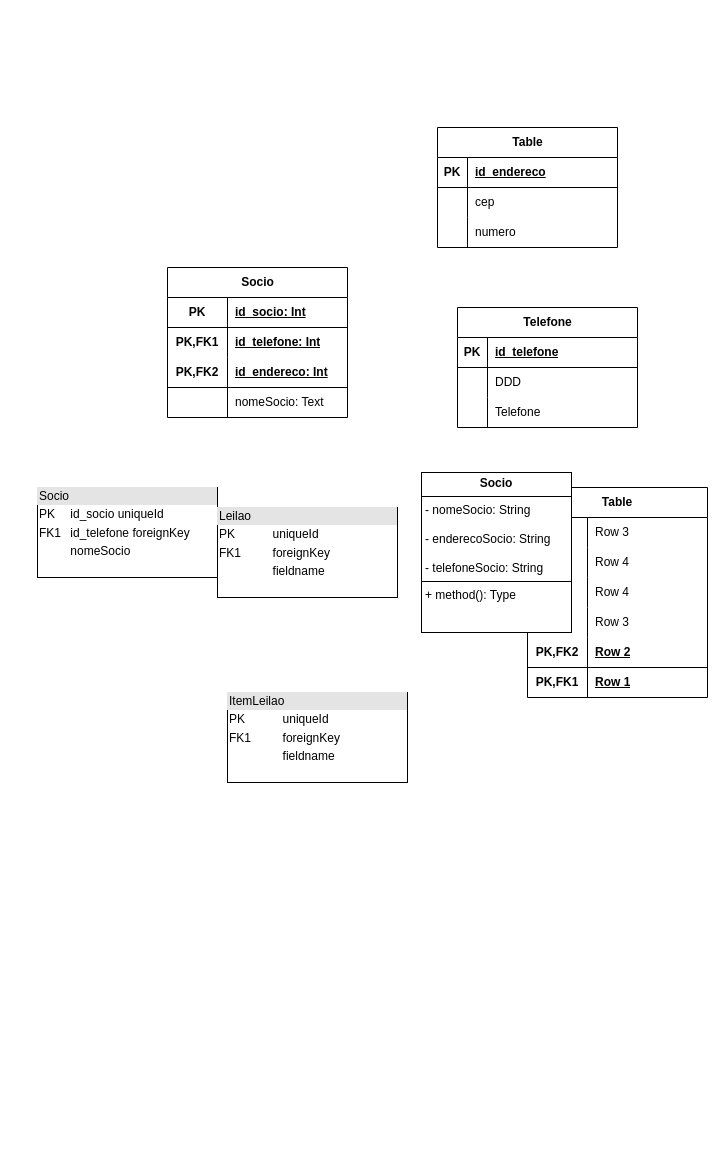
Above: mapeamento_OR.drawio in GabrielSilvaRodrigues/Mapeamento_OR (draw.io), before the change. Source tidied: cells renumbered, new cells numbered last; positions are measured from the earlier drawing's top-left corner, leaving out a move shared by most shapes. Both pictures are drawn from the tidied source at 100%, with x=0, y=0 at pixel (37, 127).
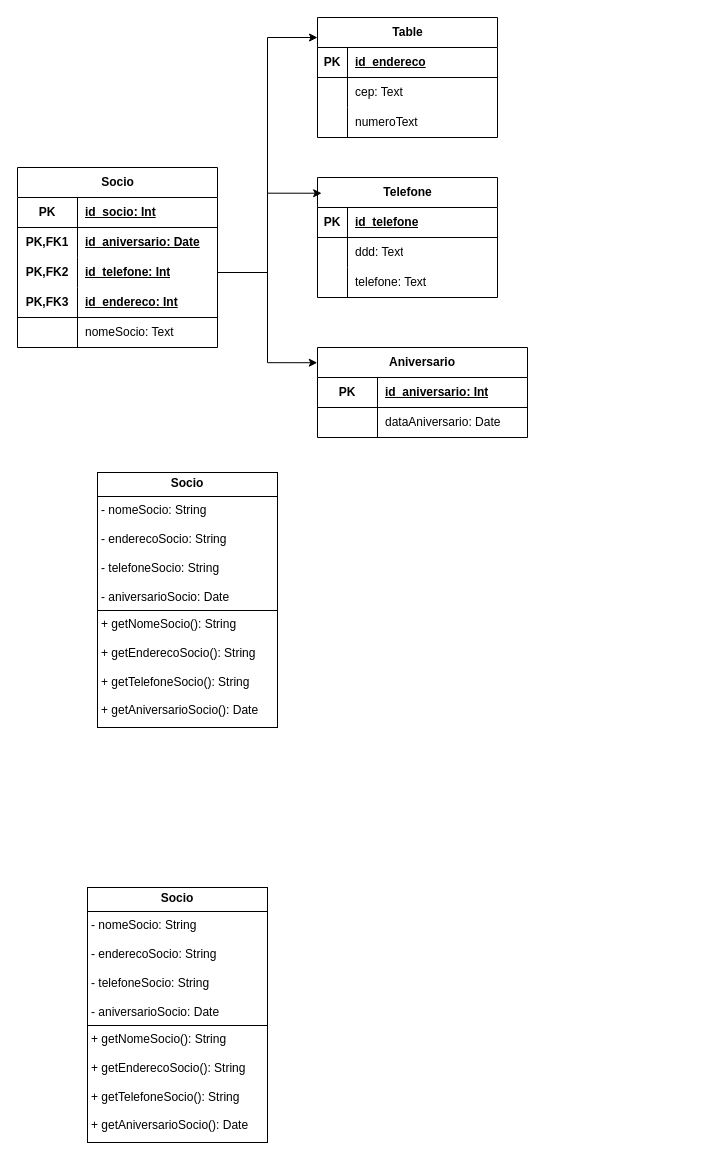
The same diagram, later.

Unchanged cells that the change refers to:
```xml
<mxCell id="42" style="shape=tableRow;horizontal=0;startSize=0;swimlaneHead=0;swimlaneBody=0;fillColor=none;top=0;left=0;right=0;bottom=0;" parent="38" vertex="1">
  <mxGeometry y="60" width="180" height="30" as="geometry" />
</mxCell>
<mxCell id="45" style="shape=tableRow;horizontal=0;startSize=0;swimlaneHead=0;swimlaneBody=0;fillColor=none;top=0;left=0;right=0;bottom=0;" parent="38" vertex="1">
  <mxGeometry y="90" width="180" height="30" as="geometry" />
</mxCell>
<mxCell id="52" style="shape=tableRow;horizontal=0;startSize=0;swimlaneHead=0;swimlaneBody=0;fillColor=none;top=0;left=0;right=0;bottom=0;" parent="48" vertex="1">
  <mxGeometry y="60" width="180" height="30" as="geometry" />
</mxCell>
<mxCell id="55" style="shape=tableRow;horizontal=0;startSize=0;swimlaneHead=0;swimlaneBody=0;fillColor=none;top=0;left=0;right=0;bottom=0;" parent="48" vertex="1">
  <mxGeometry y="90" width="180" height="30" as="geometry" />
</mxCell>
```

Change to the diagram source:
```diff
@@
-    <mxCell id="2" value="&lt;div style=&quot;box-sizing: border-box; width: 100%; background: rgb(228, 228, 228); padding: 2px;&quot;&gt;Socio&lt;/div&gt;&lt;table style=&quot;width:100%;font-size:1em;&quot; cellpadding=&quot;2&quot; cellspacing=&quot;0&quot;&gt;&lt;tbody&gt;&lt;tr&gt;&lt;td&gt;PK&lt;/td&gt;&lt;td&gt;id_socio uniqueId&lt;/td&gt;&lt;/tr&gt;&lt;tr&gt;&lt;td&gt;FK1&lt;/td&gt;&lt;td&gt;id_telefone foreignKey&lt;/td&gt;&lt;/tr&gt;&lt;tr&gt;&lt;td&gt;&lt;/td&gt;&lt;td&gt;nomeSocio&lt;br&gt;&lt;/td&gt;&lt;/tr&gt;&lt;/tbody&gt;&lt;/table&gt;" style="verticalAlign=top;align=left;overflow=fill;html=1;whiteSpace=wrap;" parent="1" vertex="1">
-      <mxGeometry y="360" width="180" height="90" as="geometry" />
-    </mxCell>
-    <mxCell id="3" value="&lt;div style=&quot;box-sizing: border-box; width: 100%; background: rgb(228, 228, 228); padding: 2px;&quot;&gt;Leilao&lt;/div&gt;&lt;table style=&quot;width:100%;font-size:1em;&quot; cellpadding=&quot;2&quot; cellspacing=&quot;0&quot;&gt;&lt;tbody&gt;&lt;tr&gt;&lt;td&gt;PK&lt;/td&gt;&lt;td&gt;uniqueId&lt;/td&gt;&lt;/tr&gt;&lt;tr&gt;&lt;td&gt;FK1&lt;/td&gt;&lt;td&gt;foreignKey&lt;/td&gt;&lt;/tr&gt;&lt;tr&gt;&lt;td&gt;&lt;/td&gt;&lt;td&gt;fieldname&lt;/td&gt;&lt;/tr&gt;&lt;/tbody&gt;&lt;/table&gt;" style="verticalAlign=top;align=left;overflow=fill;html=1;whiteSpace=wrap;" parent="1" vertex="1">
-      <mxGeometry x="180" y="380" width="180" height="90" as="geometry" />
-    </mxCell>
-    <mxCell id="4" value="&lt;div style=&quot;box-sizing: border-box; width: 100%; background: rgb(228, 228, 228); padding: 2px;&quot;&gt;ItemLeilao&lt;/div&gt;&lt;table style=&quot;width:100%;font-size:1em;&quot; cellpadding=&quot;2&quot; cellspacing=&quot;0&quot;&gt;&lt;tbody&gt;&lt;tr&gt;&lt;td&gt;PK&lt;/td&gt;&lt;td&gt;uniqueId&lt;/td&gt;&lt;/tr&gt;&lt;tr&gt;&lt;td&gt;FK1&lt;/td&gt;&lt;td&gt;foreignKey&lt;/td&gt;&lt;/tr&gt;&lt;tr&gt;&lt;td&gt;&lt;/td&gt;&lt;td&gt;fieldname&lt;/td&gt;&lt;/tr&gt;&lt;/tbody&gt;&lt;/table&gt;" style="verticalAlign=top;align=left;overflow=fill;html=1;whiteSpace=wrap;" parent="1" vertex="1">
-      <mxGeometry x="190" y="565" width="180" height="90" as="geometry" />
-    </mxCell>
-    <mxCell id="5" value="Table" style="shape=table;startSize=30;childLayout=tableLayout;rowLines=0;fontStyle=1;align=center;html=1;whiteSpace=wrap;" parent="1" vertex="1">
-      <mxGeometry x="490" y="360" width="180" height="210" as="geometry" />
-    </mxCell>
-    <mxCell id="6" style="shape=tableRow;horizontal=0;startSize=0;swimlaneHead=0;swimlaneBody=0;fillColor=none;top=0;left=0;right=0;bottom=0;html=1;" parent="5" vertex="1">
-      <mxGeometry y="30" width="180" height="30" as="geometry" />
-    </mxCell>
-    <mxCell id="7" style="shape=partialRectangle;fillColor=none;top=0;left=0;bottom=0;right=0;overflow=hidden;html=1;whiteSpace=wrap;" parent="6" vertex="1">
-      <mxGeometry width="60" height="30" as="geometry" />
-    </mxCell>
-    <mxCell id="8" value="Row 3" style="shape=partialRectangle;fillColor=none;top=0;left=0;bottom=0;right=0;align=left;spacingLeft=6;overflow=hidden;html=1;whiteSpace=wrap;" parent="6" vertex="1">
-      <mxGeometry x="60" width="120" height="30" as="geometry" />
-    </mxCell>
-    <mxCell id="9" style="shape=tableRow;horizontal=0;startSize=0;swimlaneHead=0;swimlaneBody=0;fillColor=none;top=0;left=0;right=0;bottom=0;html=1;" parent="5" vertex="1">
-      <mxGeometry y="60" width="180" height="30" as="geometry" />
-    </mxCell>
-    <mxCell id="10" style="shape=partialRectangle;fillColor=none;top=0;left=0;bottom=0;right=0;overflow=hidden;html=1;whiteSpace=wrap;" parent="9" vertex="1">
-      <mxGeometry width="60" height="30" as="geometry" />
-    </mxCell>
-    <mxCell id="11" value="Row 4" style="shape=partialRectangle;fillColor=none;top=0;left=0;bottom=0;right=0;align=left;spacingLeft=6;overflow=hidden;html=1;whiteSpace=wrap;" parent="9" vertex="1">
-      <mxGeometry x="60" width="120" height="30" as="geometry" />
-    </mxCell>
-    <mxCell id="12" style="shape=tableRow;horizontal=0;startSize=0;swimlaneHead=0;swimlaneBody=0;fillColor=none;top=0;left=0;right=0;bottom=0;html=1;" parent="5" vertex="1">
-      <mxGeometry y="90" width="180" height="30" as="geometry" />
-    </mxCell>
-    <mxCell id="13" style="shape=partialRectangle;fillColor=none;top=0;left=0;bottom=0;right=0;overflow=hidden;html=1;whiteSpace=wrap;" parent="12" vertex="1">
-      <mxGeometry width="60" height="30" as="geometry" />
-    </mxCell>
-    <mxCell id="14" value="Row 4" style="shape=partialRectangle;fillColor=none;top=0;left=0;bottom=0;right=0;align=left;spacingLeft=6;overflow=hidden;html=1;whiteSpace=wrap;" parent="12" vertex="1">
-      <mxGeometry x="60" width="120" height="30" as="geometry" />
-    </mxCell>
-    <mxCell id="15" style="shape=tableRow;horizontal=0;startSize=0;swimlaneHead=0;swimlaneBody=0;fillColor=none;top=0;left=0;right=0;bottom=0;html=1;" parent="5" vertex="1">
-      <mxGeometry y="120" width="180" height="30" as="geometry" />
-    </mxCell>
-    <mxCell id="16" style="shape=partialRectangle;fillColor=none;top=0;left=0;bottom=0;right=0;overflow=hidden;html=1;whiteSpace=wrap;" parent="15" vertex="1">
-      <mxGeometry width="60" height="30" as="geometry" />
-    </mxCell>
-    <mxCell id="17" value="Row 3" style="shape=partialRectangle;fillColor=none;top=0;left=0;bottom=0;right=0;align=left;spacingLeft=6;overflow=hidden;html=1;whiteSpace=wrap;" parent="15" vertex="1">
-      <mxGeometry x="60" width="120" height="30" as="geometry" />
-    </mxCell>
-    <mxCell id="18" style="shape=tableRow;horizontal=0;startSize=0;swimlaneHead=0;swimlaneBody=0;fillColor=none;top=0;left=0;right=0;bottom=1;html=1;" parent="5" vertex="1">
-      <mxGeometry y="150" width="180" height="30" as="geometry" />
-    </mxCell>
-    <mxCell id="19" value="PK,FK2" style="shape=partialRectangle;fillColor=none;top=0;left=0;bottom=0;right=0;fontStyle=1;overflow=hidden;html=1;whiteSpace=wrap;" parent="18" vertex="1">
-      <mxGeometry width="60" height="30" as="geometry" />
-    </mxCell>
-    <mxCell id="20" value="Row 2" style="shape=partialRectangle;fillColor=none;top=0;left=0;bottom=0;right=0;align=left;spacingLeft=6;fontStyle=5;overflow=hidden;html=1;whiteSpace=wrap;" parent="18" vertex="1">
-      <mxGeometry x="60" width="120" height="30" as="geometry" />
-    </mxCell>
-    <mxCell id="21" style="shape=tableRow;horizontal=0;startSize=0;swimlaneHead=0;swimlaneBody=0;fillColor=none;top=0;left=0;right=0;bottom=0;html=1;" parent="5" vertex="1">
-      <mxGeometry y="180" width="180" height="30" as="geometry" />
-    </mxCell>
-    <mxCell id="22" value="PK,FK1" style="shape=partialRectangle;fillColor=none;top=0;left=0;bottom=0;right=0;fontStyle=1;overflow=hidden;html=1;whiteSpace=wrap;" parent="21" vertex="1">
-      <mxGeometry width="60" height="30" as="geometry" />
-    </mxCell>
-    <mxCell id="23" value="Row 1" style="shape=partialRectangle;fillColor=none;top=0;left=0;bottom=0;right=0;align=left;spacingLeft=6;fontStyle=5;overflow=hidden;html=1;whiteSpace=wrap;" parent="21" vertex="1">
-      <mxGeometry x="60" width="120" height="30" as="geometry" />
-    </mxCell>
     <mxCell id="24" value="Socio" style="shape=table;startSize=30;childLayout=tableLayout;rowLines=0;fontStyle=1;align=center;html=1;" parent="1" vertex="1">
-      <mxGeometry x="130" y="140" width="180" height="150" as="geometry" />
+      <mxGeometry x="-20" y="40" width="200" height="180" as="geometry" />
     </mxCell>
     <mxCell id="25" style="shape=tableRow;horizontal=0;startSize=0;swimlaneHead=0;swimlaneBody=0;fillColor=none;top=0;left=0;right=0;bottom=1;" parent="24" vertex="1">
-      <mxGeometry y="30" width="180" height="30" as="geometry" />
+      <mxGeometry y="30" width="200" height="30" as="geometry" />
     </mxCell>
@@
     <mxCell id="27" value="id_socio: Int" style="shape=partialRectangle;fillColor=none;top=0;left=0;bottom=0;right=0;align=left;spacingLeft=6;fontStyle=5;overflow=hidden;whiteSpace=wrap;html=1;" parent="25" vertex="1">
-      <mxGeometry x="60" width="120" height="30" as="geometry" />
+      <mxGeometry x="60" width="140" height="30" as="geometry" />
     </mxCell>
+    <mxCell id="58" style="shape=tableRow;horizontal=0;startSize=0;swimlaneHead=0;swimlaneBody=0;fillColor=none;top=0;left=0;right=0;bottom=0;html=1;" parent="24" vertex="1">
+      <mxGeometry y="60" width="200" height="30" as="geometry" />
+    </mxCell>
+    <mxCell id="22" value="PK,FK1" style="shape=partialRectangle;fillColor=none;top=0;left=0;bottom=0;right=0;fontStyle=1;overflow=hidden;html=1;whiteSpace=wrap;" parent="58" vertex="1">
+      <mxGeometry width="60" height="30" as="geometry" />
+    </mxCell>
+    <mxCell id="59" value="id_aniversario: Date" style="shape=partialRectangle;fillColor=none;top=0;left=0;bottom=0;right=0;align=left;spacingLeft=6;fontStyle=5;overflow=hidden;html=1;whiteSpace=wrap;" parent="58" vertex="1">
+      <mxGeometry x="60" width="140" height="30" as="geometry" />
+    </mxCell>
     <mxCell id="28" style="shape=tableRow;horizontal=0;startSize=0;swimlaneHead=0;swimlaneBody=0;fillColor=none;points=[[0,0.5],[1,0.5]];portConstraint=eastwest;top=0;left=0;right=0;bottom=0;html=1;" parent="24" vertex="1">
-      <mxGeometry y="60" width="180" height="30" as="geometry" />
+      <mxGeometry y="90" width="200" height="30" as="geometry" />
     </mxCell>
-    <mxCell id="29" value="PK,FK1" style="shape=partialRectangle;fillColor=none;top=0;left=0;bottom=0;right=0;fontStyle=1;overflow=hidden;html=1;whiteSpace=wrap;" parent="28" vertex="1">
+    <mxCell id="29" value="PK,FK2" style="shape=partialRectangle;fillColor=none;top=0;left=0;bottom=0;right=0;fontStyle=1;overflow=hidden;html=1;whiteSpace=wrap;" parent="28" vertex="1">
       <mxGeometry width="60" height="30" as="geometry" />
     </mxCell>
     <mxCell id="30" value="id_telefone: Int" style="shape=partialRectangle;fillColor=none;top=0;left=0;bottom=0;right=0;align=left;spacingLeft=6;fontStyle=5;overflow=hidden;html=1;whiteSpace=wrap;" parent="28" vertex="1">
-      <mxGeometry x="60" width="120" height="30" as="geometry" />
+      <mxGeometry x="60" width="140" height="30" as="geometry" />
     </mxCell>
     <mxCell id="31" style="shape=tableRow;horizontal=0;startSize=0;swimlaneHead=0;swimlaneBody=0;fillColor=none;top=0;left=0;right=0;bottom=1;html=1;" parent="24" vertex="1">
-      <mxGeometry y="90" width="180" height="30" as="geometry" />
+      <mxGeometry y="120" width="200" height="30" as="geometry" />
     </mxCell>
-    <mxCell id="32" value="PK,FK2" style="shape=partialRectangle;fillColor=none;top=0;left=0;bottom=0;right=0;fontStyle=1;overflow=hidden;html=1;whiteSpace=wrap;" parent="31" vertex="1">
+    <mxCell id="32" value="PK,FK3" style="shape=partialRectangle;fillColor=none;top=0;left=0;bottom=0;right=0;fontStyle=1;overflow=hidden;html=1;whiteSpace=wrap;" parent="31" vertex="1">
       <mxGeometry width="60" height="30" as="geometry" />
     </mxCell>
     <mxCell id="33" value="id_endereco: Int" style="shape=partialRectangle;fillColor=none;top=0;left=0;bottom=0;right=0;align=left;spacingLeft=6;fontStyle=5;overflow=hidden;html=1;whiteSpace=wrap;" parent="31" vertex="1">
-      <mxGeometry x="60" width="120" height="30" as="geometry" />
+      <mxGeometry x="60" width="140" height="30" as="geometry" />
     </mxCell>
     <mxCell id="34" style="shape=tableRow;horizontal=0;startSize=0;swimlaneHead=0;swimlaneBody=0;fillColor=none;top=0;left=0;right=0;bottom=0;" parent="24" vertex="1">
-      <mxGeometry y="120" width="180" height="30" as="geometry" />
+      <mxGeometry y="150" width="200" height="30" as="geometry" />
     </mxCell>
@@
     <mxCell id="36" value="nomeSocio: Text" style="shape=partialRectangle;fillColor=none;top=0;left=0;bottom=0;right=0;align=left;spacingLeft=6;overflow=hidden;whiteSpace=wrap;html=1;" parent="34" vertex="1">
-      <mxGeometry x="60" width="120" height="30" as="geometry" />
+      <mxGeometry x="60" width="140" height="30" as="geometry" />
     </mxCell>
-    <mxCell id="37" value="&lt;p style=&quot;margin:0px;margin-top:4px;text-align:center;&quot;&gt;&lt;b&gt;Socio&lt;/b&gt;&lt;/p&gt;&lt;hr size=&quot;1&quot; style=&quot;border-style:solid;&quot;&gt;&lt;p style=&quot;margin:0px;margin-left:4px;&quot;&gt;- nomeSocio: String&lt;/p&gt;&lt;p style=&quot;margin:0px;margin-left:4px;&quot;&gt;&lt;br&gt;&lt;/p&gt;&lt;p style=&quot;margin:0px;margin-left:4px;&quot;&gt;- enderecoSocio: String&lt;/p&gt;&lt;p style=&quot;margin:0px;margin-left:4px;&quot;&gt;&lt;br&gt;&lt;/p&gt;&lt;p style=&quot;margin:0px;margin-left:4px;&quot;&gt;- telefoneSocio: String&lt;/p&gt;&lt;hr size=&quot;1&quot; style=&quot;border-style:solid;&quot;&gt;&lt;p style=&quot;margin:0px;margin-left:4px;&quot;&gt;+ method(): Type&lt;/p&gt;" style="verticalAlign=top;align=left;overflow=fill;html=1;whiteSpace=wrap;" parent="1" vertex="1">
-      <mxGeometry x="384" y="345" width="150" height="160" as="geometry" />
+    <mxCell id="37" value="&lt;p style=&quot;margin:0px;margin-top:4px;text-align:center;&quot;&gt;&lt;b&gt;Socio&lt;/b&gt;&lt;/p&gt;&lt;hr size=&quot;1&quot; style=&quot;border-style:solid;&quot;&gt;&lt;p style=&quot;margin:0px;margin-left:4px;&quot;&gt;- nomeSocio: String&lt;/p&gt;&lt;p style=&quot;margin:0px;margin-left:4px;&quot;&gt;&lt;br&gt;&lt;/p&gt;&lt;p style=&quot;margin:0px;margin-left:4px;&quot;&gt;- enderecoSocio: String&lt;/p&gt;&lt;p style=&quot;margin:0px;margin-left:4px;&quot;&gt;&lt;br&gt;&lt;/p&gt;&lt;p style=&quot;margin:0px;margin-left:4px;&quot;&gt;- telefoneSocio: String&lt;/p&gt;&lt;p style=&quot;margin:0px;margin-left:4px;&quot;&gt;&lt;br&gt;&lt;/p&gt;&lt;p style=&quot;margin:0px;margin-left:4px;&quot;&gt;- aniversarioSocio: Date&lt;/p&gt;&lt;hr size=&quot;1&quot; style=&quot;border-style:solid;&quot;&gt;&lt;p style=&quot;margin: 0px 0px 0px 4px;&quot;&gt;+ getNomeSocio(): String&lt;/p&gt;&lt;p style=&quot;margin: 0px 0px 0px 4px;&quot;&gt;&lt;br&gt;&lt;/p&gt;&lt;p style=&quot;margin: 0px 0px 0px 4px;&quot;&gt;+ getEnderecoSocio(): String&lt;/p&gt;&lt;p style=&quot;margin: 0px 0px 0px 4px;&quot;&gt;&lt;br&gt;&lt;/p&gt;&lt;p style=&quot;margin: 0px 0px 0px 4px;&quot;&gt;+ getTelefoneSocio(): String&lt;/p&gt;&lt;p style=&quot;margin: 0px 0px 0px 4px;&quot;&gt;&lt;br&gt;&lt;/p&gt;&lt;p style=&quot;margin: 0px 0px 0px 4px;&quot;&gt;+ getAniversarioSocio(): Date&lt;/p&gt;" style="verticalAlign=top;align=left;overflow=fill;html=1;whiteSpace=wrap;" parent="1" vertex="1">
+      <mxGeometry x="60" y="345" width="180" height="255" as="geometry" />
     </mxCell>
     <mxCell id="38" value="Telefone" style="shape=table;startSize=30;childLayout=tableLayout;rowLines=0;fontStyle=1;align=center;html=1;" parent="1" vertex="1">
-      <mxGeometry x="420" y="180" width="180" height="120" as="geometry" />
+      <mxGeometry x="280" y="50" width="180" height="120" as="geometry" />
     </mxCell>
@@
-    <mxCell id="44" value="DDD" style="shape=partialRectangle;fillColor=none;top=0;left=0;bottom=0;right=0;align=left;spacingLeft=6;overflow=hidden;whiteSpace=wrap;html=1;" parent="42" vertex="1">
+    <mxCell id="44" value="ddd: Text" style="shape=partialRectangle;fillColor=none;top=0;left=0;bottom=0;right=0;align=left;spacingLeft=6;overflow=hidden;whiteSpace=wrap;html=1;" parent="42" vertex="1">
       <mxGeometry x="30" width="150" height="30" as="geometry" />
     </mxCell>
@@
-    <mxCell id="47" value="Telefone" style="shape=partialRectangle;fillColor=none;top=0;left=0;bottom=0;right=0;align=left;spacingLeft=6;overflow=hidden;whiteSpace=wrap;html=1;" parent="45" vertex="1">
+    <mxCell id="47" value="telefone: Text" style="shape=partialRectangle;fillColor=none;top=0;left=0;bottom=0;right=0;align=left;spacingLeft=6;overflow=hidden;whiteSpace=wrap;html=1;" parent="45" vertex="1">
       <mxGeometry x="30" width="150" height="30" as="geometry" />
     </mxCell>
     <mxCell id="48" value="Table" style="shape=table;startSize=30;childLayout=tableLayout;rowLines=0;fontStyle=1;align=center;html=1;" parent="1" vertex="1">
-      <mxGeometry x="400" width="180" height="120" as="geometry" />
+      <mxGeometry x="280" y="-110" width="180" height="120" as="geometry" />
     </mxCell>
@@
-    <mxCell id="54" value="cep" style="shape=partialRectangle;fillColor=none;top=0;left=0;bottom=0;right=0;align=left;spacingLeft=6;overflow=hidden;whiteSpace=wrap;html=1;" parent="52" vertex="1">
+    <mxCell id="54" value="cep: Text" style="shape=partialRectangle;fillColor=none;top=0;left=0;bottom=0;right=0;align=left;spacingLeft=6;overflow=hidden;whiteSpace=wrap;html=1;" parent="52" vertex="1">
       <mxGeometry x="30" width="150" height="30" as="geometry" />
     </mxCell>
@@
-    <mxCell id="57" value="numero" style="shape=partialRectangle;fillColor=none;top=0;left=0;bottom=0;right=0;align=left;spacingLeft=6;overflow=hidden;whiteSpace=wrap;html=1;" parent="55" vertex="1">
+    <mxCell id="57" value="numeroText" style="shape=partialRectangle;fillColor=none;top=0;left=0;bottom=0;right=0;align=left;spacingLeft=6;overflow=hidden;whiteSpace=wrap;html=1;" parent="55" vertex="1">
       <mxGeometry x="30" width="150" height="30" as="geometry" />
     </mxCell>
+    <mxCell id="60" value="Aniversario" style="shape=table;startSize=30;childLayout=tableLayout;rowLines=0;fontStyle=1;align=center;html=1;whiteSpace=wrap;" parent="1" vertex="1">
+      <mxGeometry x="280" y="220" width="210" height="90" as="geometry" />
+    </mxCell>
+    <mxCell id="61" style="shape=tableRow;horizontal=0;startSize=0;swimlaneHead=0;swimlaneBody=0;fillColor=none;top=0;left=0;right=0;bottom=1;html=1;" parent="60" vertex="1">
+      <mxGeometry y="30" width="210" height="30" as="geometry" />
+    </mxCell>
+    <mxCell id="62" value="PK" style="shape=partialRectangle;fillColor=none;top=0;left=0;bottom=0;right=0;fontStyle=1;overflow=hidden;html=1;whiteSpace=wrap;" parent="61" vertex="1">
+      <mxGeometry width="60" height="30" as="geometry" />
+    </mxCell>
+    <mxCell id="63" value="id_aniversario: Int" style="shape=partialRectangle;fillColor=none;top=0;left=0;bottom=0;right=0;align=left;spacingLeft=6;fontStyle=5;overflow=hidden;html=1;whiteSpace=wrap;" parent="61" vertex="1">
+      <mxGeometry x="60" width="150" height="30" as="geometry" />
+    </mxCell>
+    <mxCell id="64" style="shape=tableRow;horizontal=0;startSize=0;swimlaneHead=0;swimlaneBody=0;fillColor=none;top=0;left=0;right=0;bottom=0;html=1;" parent="60" vertex="1">
+      <mxGeometry y="60" width="210" height="30" as="geometry" />
+    </mxCell>
+    <mxCell id="65" style="shape=partialRectangle;fillColor=none;top=0;left=0;bottom=0;right=0;overflow=hidden;html=1;whiteSpace=wrap;" parent="64" vertex="1">
+      <mxGeometry width="60" height="30" as="geometry" />
+    </mxCell>
+    <mxCell id="66" value="dataAniversario: Date" style="shape=partialRectangle;fillColor=none;top=0;left=0;bottom=0;right=0;align=left;spacingLeft=6;overflow=hidden;html=1;whiteSpace=wrap;" parent="64" vertex="1">
+      <mxGeometry x="60" width="150" height="30" as="geometry" />
+    </mxCell>
+    <mxCell id="67" style="edgeStyle=orthogonalEdgeStyle;rounded=0;jettySize=auto;html=1;entryX=0;entryY=0.167;entryDx=0;entryDy=0;entryPerimeter=0;" parent="1" edge="1" source="28" target="48">
+      <mxGeometry relative="1" as="geometry" />
+    </mxCell>
+    <mxCell id="68" style="edgeStyle=orthogonalEdgeStyle;rounded=0;jettySize=auto;html=1;entryX=0.023;entryY=0.131;entryDx=0;entryDy=0;entryPerimeter=0;" parent="1" edge="1" source="28" target="38">
+      <mxGeometry relative="1" as="geometry" />
+    </mxCell>
+    <mxCell id="69" style="edgeStyle=orthogonalEdgeStyle;rounded=0;jettySize=auto;html=1;entryX=-0.001;entryY=0.169;entryDx=0;entryDy=0;entryPerimeter=0;" parent="1" edge="1" source="28" target="60">
+      <mxGeometry relative="1" as="geometry" />
+    </mxCell>
+    <mxCell id="70" value="&lt;p style=&quot;margin:0px;margin-top:4px;text-align:center;&quot;&gt;&lt;b&gt;Socio&lt;/b&gt;&lt;/p&gt;&lt;hr size=&quot;1&quot; style=&quot;border-style:solid;&quot;&gt;&lt;p style=&quot;margin:0px;margin-left:4px;&quot;&gt;- nomeSocio: String&lt;/p&gt;&lt;p style=&quot;margin:0px;margin-left:4px;&quot;&gt;&lt;br&gt;&lt;/p&gt;&lt;p style=&quot;margin:0px;margin-left:4px;&quot;&gt;- enderecoSocio: String&lt;/p&gt;&lt;p style=&quot;margin:0px;margin-left:4px;&quot;&gt;&lt;br&gt;&lt;/p&gt;&lt;p style=&quot;margin:0px;margin-left:4px;&quot;&gt;- telefoneSocio: String&lt;/p&gt;&lt;p style=&quot;margin:0px;margin-left:4px;&quot;&gt;&lt;br&gt;&lt;/p&gt;&lt;p style=&quot;margin:0px;margin-left:4px;&quot;&gt;- aniversarioSocio: Date&lt;/p&gt;&lt;hr size=&quot;1&quot; style=&quot;border-style:solid;&quot;&gt;&lt;p style=&quot;margin: 0px 0px 0px 4px;&quot;&gt;+ getNomeSocio(): String&lt;/p&gt;&lt;p style=&quot;margin: 0px 0px 0px 4px;&quot;&gt;&lt;br&gt;&lt;/p&gt;&lt;p style=&quot;margin: 0px 0px 0px 4px;&quot;&gt;+ getEnderecoSocio(): String&lt;/p&gt;&lt;p style=&quot;margin: 0px 0px 0px 4px;&quot;&gt;&lt;br&gt;&lt;/p&gt;&lt;p style=&quot;margin: 0px 0px 0px 4px;&quot;&gt;+ getTelefoneSocio(): String&lt;/p&gt;&lt;p style=&quot;margin: 0px 0px 0px 4px;&quot;&gt;&lt;br&gt;&lt;/p&gt;&lt;p style=&quot;margin: 0px 0px 0px 4px;&quot;&gt;+ getAniversarioSocio(): Date&lt;/p&gt;" style="verticalAlign=top;align=left;overflow=fill;html=1;whiteSpace=wrap;" parent="1" vertex="1">
+      <mxGeometry x="50" y="760" width="180" height="255" as="geometry" />
+    </mxCell>
```
